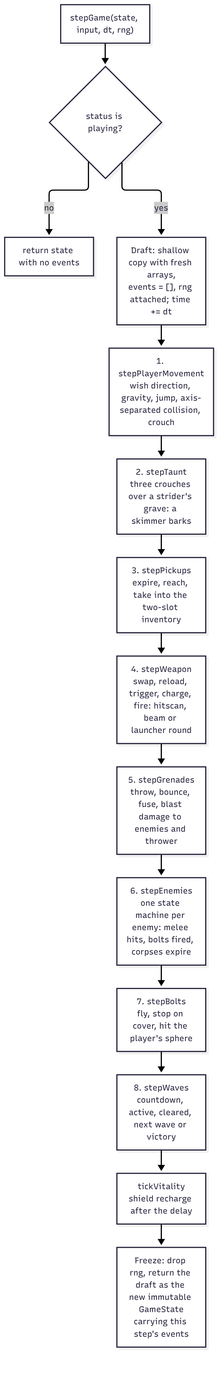
This is docs/architecture/render/tick.png from agh/ringfall, a Mermaid export, as it was before one commit. Its source is kept beside it as docs/architecture/diagrams/tick.mmd. Source of this version:
```mermaid
%%{init: {"flowchart": {"curve": "basis"}} }%%
flowchart TB
  in["stepGame(state, input, dt, rng)"]
  guard{"status is playing?"}
  same["return state with no events"]
  draft["Draft: shallow copy with fresh arrays,<br/>events = [], rng attached; time += dt"]
  s1["1. stepPlayerMovement<br/>wish direction, gravity, jump, axis-separated collision, crouch"]
  s2["2. stepTaunt<br/>three crouches over a strider's grave: a skimmer barks"]
  s3["3. stepPickups<br/>expire, reach, take into the two-slot inventory"]
  s4["4. stepWeapon<br/>swap, reload, trigger, charge, fire: hitscan, beam or launcher round"]
  s5["5. stepGrenades<br/>throw, bounce, fuse, blast damage to enemies and thrower"]
  s6["6. stepEnemies<br/>one state machine per enemy: melee hits, bolts fired, corpses expire"]
  s7["7. stepBolts<br/>fly, stop on cover, hit the player's sphere"]
  s8["8. stepWaves<br/>countdown, active, cleared, next wave or victory"]
  s9["tickVitality<br/>shield recharge after the delay"]
  freeze["Freeze: drop rng, return the draft as the new immutable GameState<br/>carrying this step's events"]
  in --> guard
  guard -->|"no"| same
  guard -->|"yes"| draft --> s1 --> s2 --> s3 --> s4 --> s5 --> s6 --> s7 --> s8 --> s9 --> freeze
```
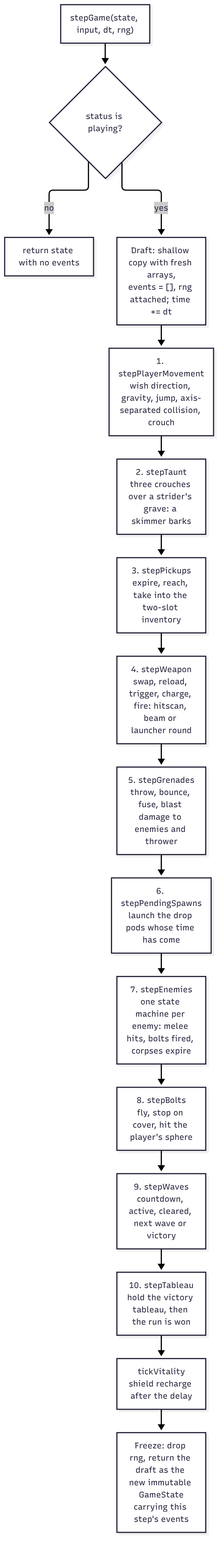
The same file after the commit.

Change to the diagram source:
```diff
@@ -9,11 +9,13 @@
   s3["3. stepPickups<br/>expire, reach, take into the two-slot inventory"]
   s4["4. stepWeapon<br/>swap, reload, trigger, charge, fire: hitscan, beam or launcher round"]
   s5["5. stepGrenades<br/>throw, bounce, fuse, blast damage to enemies and thrower"]
-  s6["6. stepEnemies<br/>one state machine per enemy: melee hits, bolts fired, corpses expire"]
-  s7["7. stepBolts<br/>fly, stop on cover, hit the player's sphere"]
-  s8["8. stepWaves<br/>countdown, active, cleared, next wave or victory"]
-  s9["tickVitality<br/>shield recharge after the delay"]
+  s6["6. stepPendingSpawns<br/>launch the drop pods whose time has come"]
+  s7["7. stepEnemies<br/>one state machine per enemy: melee hits, bolts fired, corpses expire"]
+  s8["8. stepBolts<br/>fly, stop on cover, hit the player's sphere"]
+  s9["9. stepWaves<br/>countdown, active, cleared, next wave or victory"]
+  s10["10. stepTableau<br/>hold the victory tableau, then the run is won"]
+  s11["tickVitality<br/>shield recharge after the delay"]
   freeze["Freeze: drop rng, return the draft as the new immutable GameState<br/>carrying this step's events"]
   in --> guard
   guard -->|"no"| same
-  guard -->|"yes"| draft --> s1 --> s2 --> s3 --> s4 --> s5 --> s6 --> s7 --> s8 --> s9 --> freeze
+  guard -->|"yes"| draft --> s1 --> s2 --> s3 --> s4 --> s5 --> s6 --> s7 --> s8 --> s9 --> s10 --> s11 --> freeze
```
